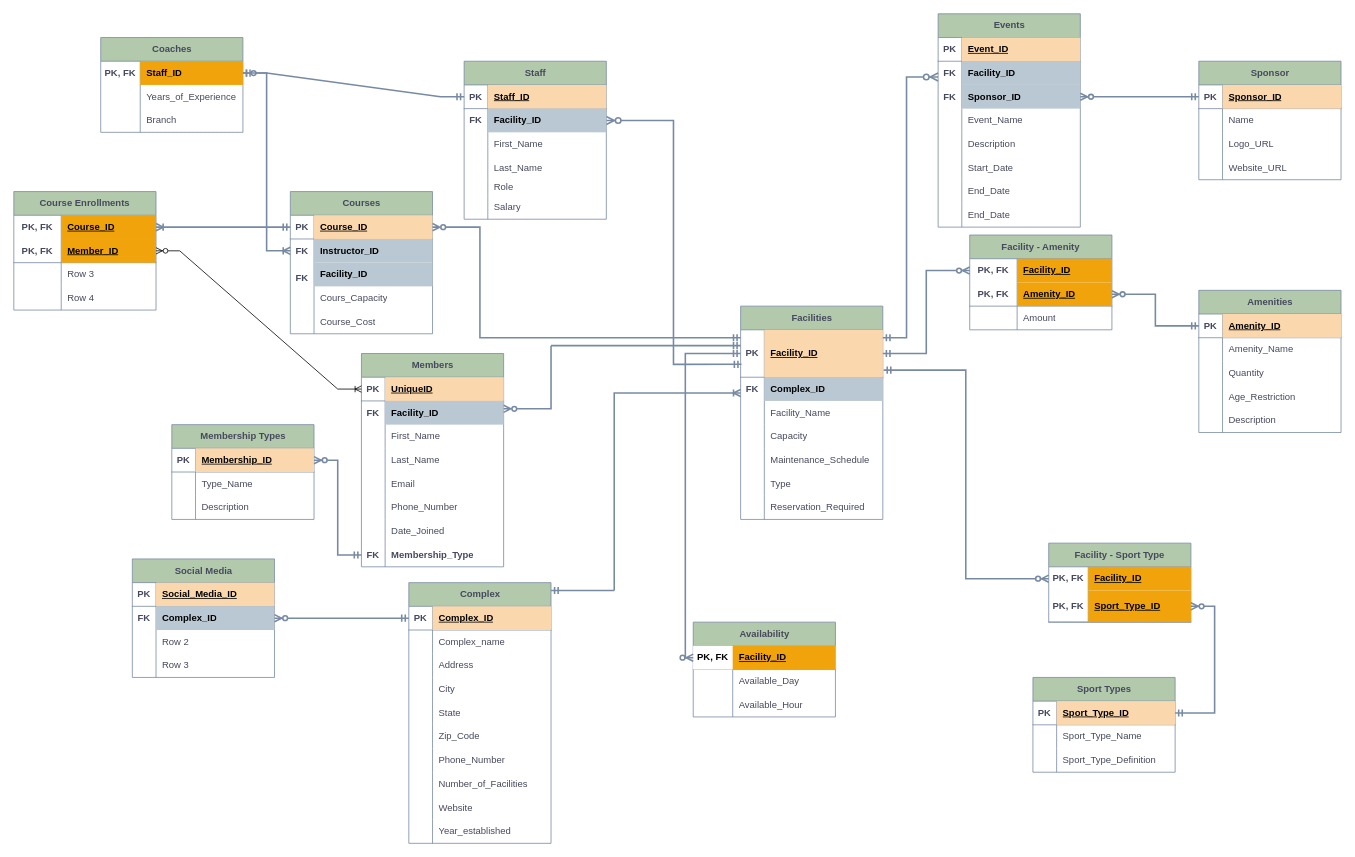
PloKoon68/Sport-Complexes-Management-System-Database keeps this draw.io diagram as cardinality/cardinality.drawio. Above is the earlier version. Source tidied: cells renumbered, new cells numbered last; positions are measured from the earlier drawing's top-left corner, leaving out a move shared by most shapes. Both pictures are drawn from the tidied source at 79%, with x=0, y=0 at pixel (13, 13).
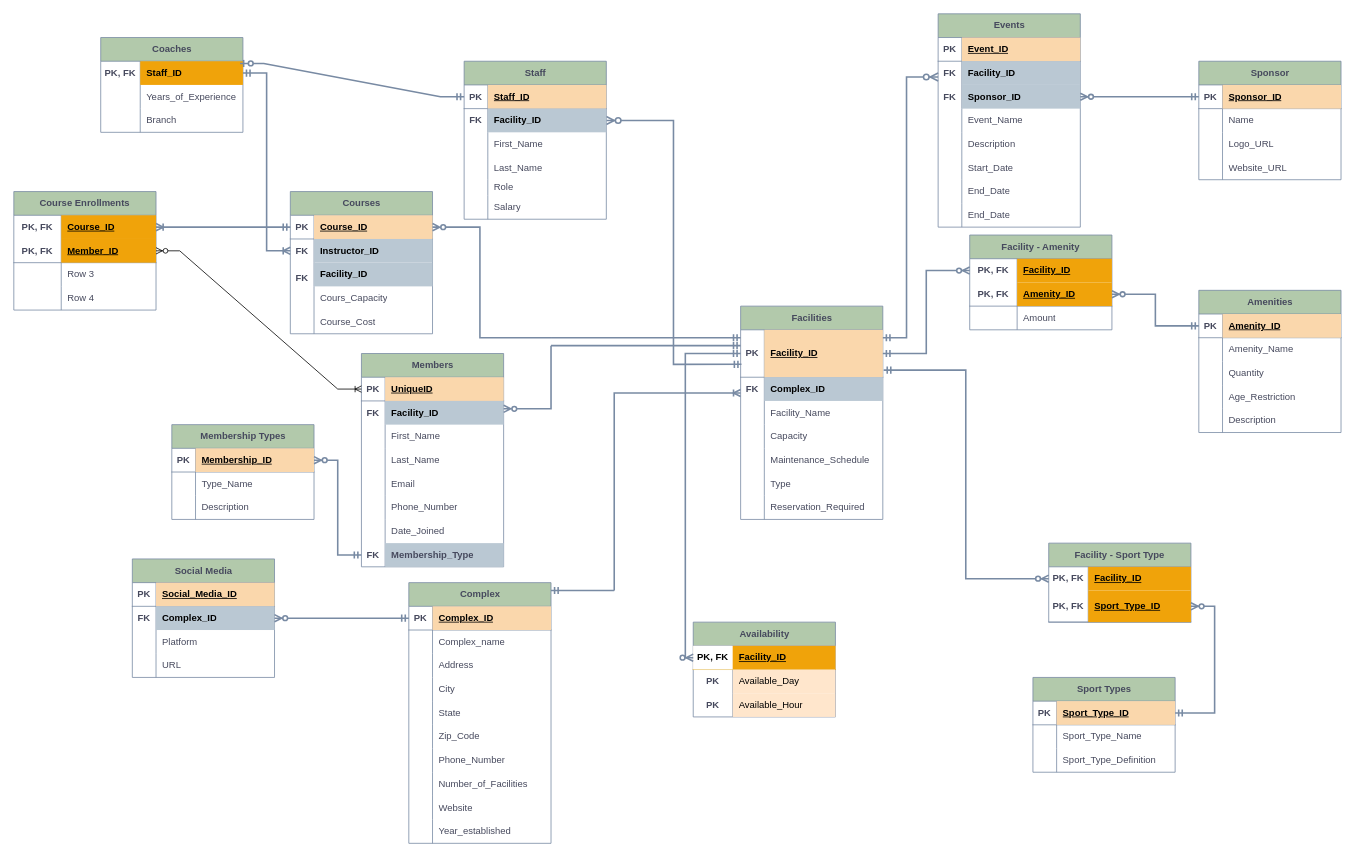
The same diagram, later.

The change refers to these unchanged cells:
```xml
<mxCell id="37" style="shape=tableRow;horizontal=0;startSize=0;swimlaneHead=0;swimlaneBody=0;fillColor=none;top=0;left=0;right=0;bottom=0;labelBackgroundColor=none;strokeColor=#788AA3;fontColor=#46495D;" parent="33" vertex="1">
  <mxGeometry y="60" width="180" height="30" as="geometry" />
</mxCell>
<mxCell id="40" style="shape=tableRow;horizontal=0;startSize=0;swimlaneHead=0;swimlaneBody=0;fillColor=none;top=0;left=0;right=0;bottom=0;labelBackgroundColor=none;strokeColor=#788AA3;fontColor=#46495D;" parent="33" vertex="1">
  <mxGeometry y="90" width="180" height="30" as="geometry" />
</mxCell>
<mxCell id="126" style="shape=tableRow;horizontal=0;startSize=0;swimlaneHead=0;swimlaneBody=0;fillColor=none;points=[[0,0.5],[1,0.5]];portConstraint=eastwest;top=0;left=0;right=0;bottom=0;strokeColor=#788AA3;fontColor=#46495D;labelBackgroundColor=none;" parent="104" vertex="1">
  <mxGeometry y="240" width="180" height="30" as="geometry" />
</mxCell>
<mxCell id="143" style="shape=tableRow;horizontal=0;startSize=0;swimlaneHead=0;swimlaneBody=0;fillColor=none;points=[[0,0.5],[1,0.5]];portConstraint=eastwest;top=0;left=0;right=0;bottom=1;strokeColor=#788AA3;fontColor=#46495D;labelBackgroundColor=none;" parent="142" vertex="1">
  <mxGeometry y="30" width="180" height="30" as="geometry" />
</mxCell>
<mxCell id="168" style="shape=tableRow;horizontal=0;startSize=0;swimlaneHead=0;swimlaneBody=0;fillColor=none;top=0;left=0;right=0;bottom=0;strokeColor=#788AA3;fontColor=#46495D;labelBackgroundColor=none;" parent="161" vertex="1">
  <mxGeometry y="90" width="180" height="30" as="geometry" />
</mxCell>
<mxCell id="171" style="shape=tableRow;horizontal=0;startSize=0;swimlaneHead=0;swimlaneBody=0;fillColor=none;top=0;left=0;right=0;bottom=0;strokeColor=#788AA3;fontColor=#46495D;labelBackgroundColor=none;" parent="161" vertex="1">
  <mxGeometry y="120" width="180" height="30" as="geometry" />
</mxCell>
<mxCell id="218" style="shape=tableRow;horizontal=0;startSize=0;swimlaneHead=0;swimlaneBody=0;fillColor=none;points=[[0,0.5],[1,0.5]];portConstraint=eastwest;top=0;left=0;right=0;bottom=0;strokeColor=#788AA3;fontColor=#46495D;labelBackgroundColor=none;" parent="217" vertex="1">
  <mxGeometry y="30" width="180" height="30" as="geometry" />
</mxCell>
```

The edit, as a diff of the source:
```diff
@@
-    <mxCell id="38" style="shape=partialRectangle;fillColor=none;top=0;left=0;bottom=0;right=0;overflow=hidden;whiteSpace=wrap;html=1;labelBackgroundColor=none;strokeColor=#788AA3;fontColor=#46495D;" parent="37" vertex="1">
+    <mxCell id="38" value="&lt;b&gt;PK&lt;/b&gt;" style="shape=partialRectangle;fillColor=none;top=0;left=0;bottom=0;right=0;overflow=hidden;whiteSpace=wrap;html=1;labelBackgroundColor=none;strokeColor=#788AA3;fontColor=#46495D;" parent="37" vertex="1">
       <mxGeometry width="50" height="30" as="geometry" />
     </mxCell>
-    <mxCell id="39" value="Available_Day" style="shape=partialRectangle;fillColor=none;top=0;left=0;bottom=0;right=0;align=left;spacingLeft=6;overflow=hidden;whiteSpace=wrap;html=1;labelBackgroundColor=none;strokeColor=#788AA3;fontColor=#46495D;" parent="37" vertex="1">
+    <mxCell id="39" value="Available_Day" style="shape=partialRectangle;fillColor=#ffe6cc;top=0;left=0;bottom=0;right=0;align=left;spacingLeft=6;overflow=hidden;whiteSpace=wrap;html=1;labelBackgroundColor=none;strokeColor=#d79b00;" parent="37" vertex="1">
       <mxGeometry x="50" width="130" height="30" as="geometry" />
     </mxCell>
@@
-    <mxCell id="41" style="shape=partialRectangle;fillColor=none;top=0;left=0;bottom=0;right=0;overflow=hidden;whiteSpace=wrap;html=1;labelBackgroundColor=none;strokeColor=#788AA3;fontColor=#46495D;" parent="40" vertex="1">
+    <mxCell id="41" value="&lt;b&gt;PK&lt;/b&gt;" style="shape=partialRectangle;fillColor=none;top=0;left=0;bottom=0;right=0;overflow=hidden;whiteSpace=wrap;html=1;labelBackgroundColor=none;strokeColor=#788AA3;fontColor=#46495D;" parent="40" vertex="1">
       <mxGeometry width="50" height="30" as="geometry" />
     </mxCell>
-    <mxCell id="42" value="Available_Hour" style="shape=partialRectangle;fillColor=none;top=0;left=0;bottom=0;right=0;align=left;spacingLeft=6;overflow=hidden;whiteSpace=wrap;html=1;labelBackgroundColor=none;strokeColor=#788AA3;fontColor=#46495D;" parent="40" vertex="1">
+    <mxCell id="42" value="Available_Hour" style="shape=partialRectangle;fillColor=#ffe6cc;top=0;left=0;bottom=0;right=0;align=left;spacingLeft=6;overflow=hidden;whiteSpace=wrap;html=1;labelBackgroundColor=none;strokeColor=#d79b00;" parent="40" vertex="1">
       <mxGeometry x="50" width="130" height="30" as="geometry" />
     </mxCell>
@@
-    <mxCell id="128" value="&lt;b&gt;Membership_Type&lt;/b&gt;" style="shape=partialRectangle;fillColor=none;top=0;left=0;bottom=0;right=0;align=left;spacingLeft=6;overflow=hidden;whiteSpace=wrap;html=1;strokeColor=#788AA3;fontColor=#46495D;labelBackgroundColor=none;" parent="126" vertex="1">
+    <mxCell id="128" value="&lt;b&gt;Membership_Type&lt;/b&gt;" style="shape=partialRectangle;fillColor=#BAC8D3;top=0;left=0;bottom=0;right=0;align=left;spacingLeft=6;overflow=hidden;whiteSpace=wrap;html=1;strokeColor=#788AA3;fontColor=#46495D;labelBackgroundColor=#BAC8D3;" parent="126" vertex="1">
       <mxGeometry x="30" width="150" height="30" as="geometry" />
     </mxCell>
@@
-    <mxCell id="170" value="Row 2" style="shape=partialRectangle;fillColor=none;top=0;left=0;bottom=0;right=0;align=left;spacingLeft=6;overflow=hidden;whiteSpace=wrap;html=1;strokeColor=#788AA3;fontColor=#46495D;labelBackgroundColor=none;" parent="168" vertex="1">
+    <mxCell id="170" value="Platform" style="shape=partialRectangle;fillColor=none;top=0;left=0;bottom=0;right=0;align=left;spacingLeft=6;overflow=hidden;whiteSpace=wrap;html=1;strokeColor=#788AA3;fontColor=#46495D;labelBackgroundColor=none;" parent="168" vertex="1">
       <mxGeometry x="30" width="150" height="30" as="geometry" />
     </mxCell>
@@
-    <mxCell id="173" value="Row 3" style="shape=partialRectangle;fillColor=none;top=0;left=0;bottom=0;right=0;align=left;spacingLeft=6;overflow=hidden;whiteSpace=wrap;html=1;strokeColor=#788AA3;fontColor=#46495D;labelBackgroundColor=none;" parent="171" vertex="1">
+    <mxCell id="173" value="URL" style="shape=partialRectangle;fillColor=none;top=0;left=0;bottom=0;right=0;align=left;spacingLeft=6;overflow=hidden;whiteSpace=wrap;html=1;strokeColor=#788AA3;fontColor=#46495D;labelBackgroundColor=none;" parent="171" vertex="1">
       <mxGeometry x="30" width="150" height="30" as="geometry" />
     </mxCell>
@@
-    <mxCell id="245" style="edgeStyle=entityRelationEdgeStyle;fontSize=12;html=1;endArrow=ERzeroToOne;startArrow=ERmandOne;rounded=0;strokeColor=#788AA3;fontColor=default;fillColor=#B2C9AB;labelBackgroundColor=none;strokeWidth=2;" parent="1" edge="1" source="143" target="218">
+    <mxCell id="245" style="edgeStyle=entityRelationEdgeStyle;fontSize=12;html=1;endArrow=ERzeroToOne;startArrow=ERmandOne;rounded=0;strokeColor=#788AA3;fontColor=default;fillColor=#B2C9AB;labelBackgroundColor=none;strokeWidth=2;entryX=0.98;entryY=0.094;entryDx=0;entryDy=0;entryPerimeter=0;" parent="1" edge="1" source="143" target="218">
       <mxGeometry relative="1" as="geometry" />
     </mxCell>
```
